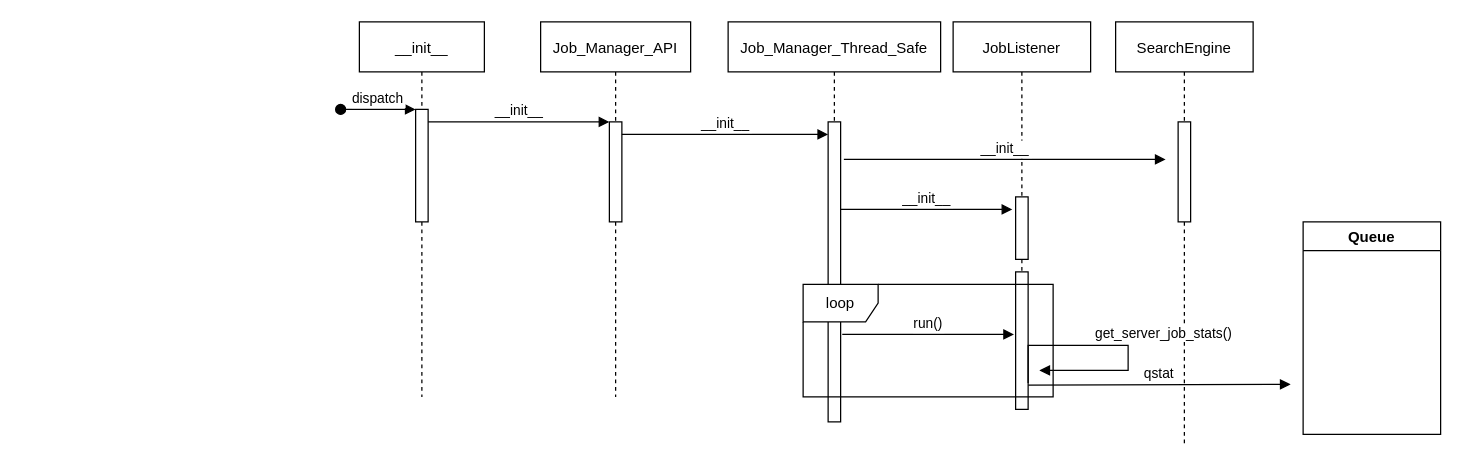
The draw.io diagram page "init" (1 of 4) of design/sequences.drawio in JuanParker1/NgsReadClearEngine, before the edit. Source tidied: cells renumbered, new cells numbered last; positions are measured from the earlier drawing's top-left corner, leaving out a move shared by most shapes. Both pictures are drawn from the tidied source at 125%, with x=0, y=0 at pixel (340, 21).
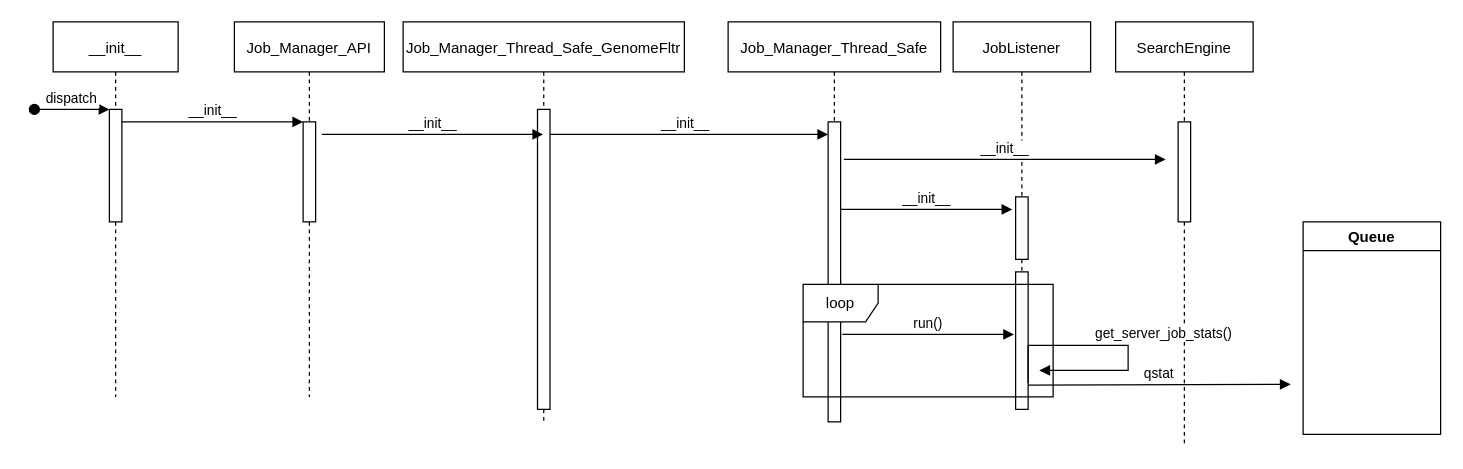
The same diagram, later.

The change refers to these unchanged cells:
```xml
<mxCell id="10" value="Job_Manager_Thread_Safe" style="shape=umlLifeline;perimeter=lifelinePerimeter;rounded=0;shadow=0;strokeWidth=1;" parent="1" vertex="1">
  <mxGeometry x="310" width="170" height="320" as="geometry" />
</mxCell>
```

What changed in the source:
```diff
@@
     <mxCell id="2" value="__init__" style="shape=umlLifeline;perimeter=lifelinePerimeter;rounded=0;shadow=0;strokeWidth=1;" parent="1" vertex="1">
-      <mxGeometry x="15" width="100" height="300" as="geometry" />
+      <mxGeometry x="-230" width="100" height="300" as="geometry" />
     </mxCell>
@@
     <mxCell id="5" value="Job_Manager_API" style="shape=umlLifeline;perimeter=lifelinePerimeter;rounded=0;shadow=0;strokeWidth=1;" parent="1" vertex="1">
-      <mxGeometry x="160" width="120" height="300" as="geometry" />
+      <mxGeometry x="-85" width="120" height="300" as="geometry" />
     </mxCell>
@@
-    <mxCell id="12" value="__init__" style="verticalAlign=bottom;endArrow=block;shadow=0;strokeWidth=1;" parent="10" edge="1">
+    <mxCell id="12" value="__init__" style="verticalAlign=bottom;endArrow=block;shadow=0;strokeWidth=1;" parent="10" edge="1" source="23">
       <mxGeometry relative="1" as="geometry">
-        <mxPoint x="-85" y="90" as="sourcePoint" />
         <mxPoint x="80" y="90" as="targetPoint" />
       </mxGeometry>
     </mxCell>
@@
+    <mxCell id="23" value="Job_Manager_Thread_Safe_GenomeFltr" style="shape=umlLifeline;perimeter=lifelinePerimeter;rounded=0;shadow=0;strokeWidth=1;" parent="1" vertex="1">
+      <mxGeometry x="50" width="225" height="320" as="geometry" />
+    </mxCell>
+    <mxCell id="24" style="perimeter=orthogonalPerimeter;rounded=0;shadow=0;strokeWidth=1;" parent="23" vertex="1">
+      <mxGeometry x="107.5" y="70" width="10" height="240" as="geometry" />
+    </mxCell>
+    <mxCell id="25" value="__init__" style="verticalAlign=bottom;endArrow=block;shadow=0;strokeWidth=1;" parent="23" edge="1" target="23">
+      <mxGeometry relative="1" as="geometry">
+        <mxPoint x="-65" y="90" as="sourcePoint" />
+      </mxGeometry>
+    </mxCell>
```
